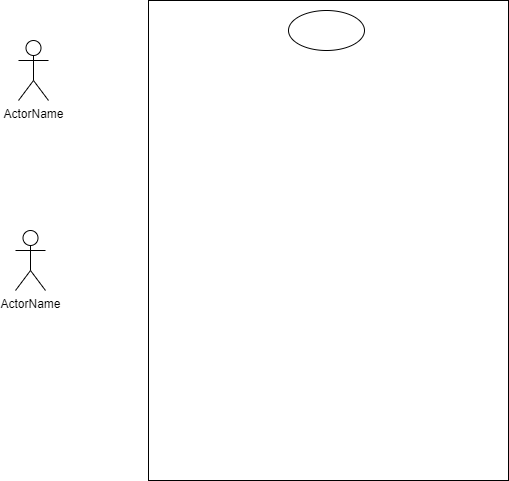
Above: use_case.drawio.png in Jayrou12345/Flowchart (draw.io), before the change. Source tidied: cells renumbered, new cells last; positions are measured from the earlier drawing's top-left corner, leaving out a move shared by most shapes.
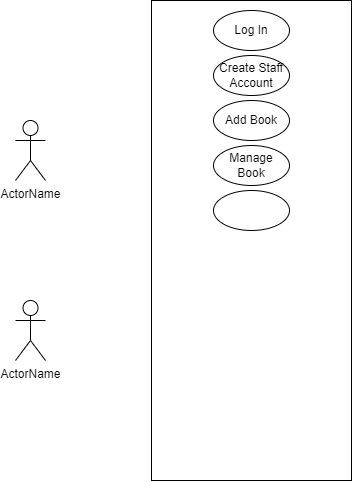
After the change.

The edit, as a diff of the source:
```diff
@@ -3,16 +3,28 @@
     <mxCell id="0" />
     <mxCell id="1" parent="0" />
     <mxCell id="2" style="rounded=0;whiteSpace=wrap;html=1;" parent="1" vertex="1">
-      <mxGeometry x="133" width="360" height="480" as="geometry" />
+      <mxGeometry x="213" width="200" height="480" as="geometry" />
     </mxCell>
-    <mxCell id="3" style="ellipse;whiteSpace=wrap;html=1;" parent="1" vertex="1">
-      <mxGeometry x="273" y="10" width="76" height="40" as="geometry" />
+    <mxCell id="3" value="Log In" style="ellipse;whiteSpace=wrap;html=1;" parent="1" vertex="1">
+      <mxGeometry x="275" y="10" width="76" height="40" as="geometry" />
     </mxCell>
     <mxCell id="4" value="ActorName" style="shape=umlActor;html=1;verticalLabelPosition=bottom;verticalAlign=top;align=center;" parent="1" vertex="1">
-      <mxGeometry x="3" y="40" width="30" height="60" as="geometry" />
+      <mxGeometry x="77" y="120" width="30" height="60" as="geometry" />
     </mxCell>
     <mxCell id="5" value="ActorName" style="shape=umlActor;html=1;verticalLabelPosition=bottom;verticalAlign=top;align=center;" parent="1" vertex="1">
-      <mxGeometry y="230" width="30" height="60" as="geometry" />
+      <mxGeometry x="77" y="300" width="30" height="60" as="geometry" />
     </mxCell>
+    <mxCell id="6" value="Create Staff Account" style="ellipse;whiteSpace=wrap;html=1;" parent="1" vertex="1">
+      <mxGeometry x="275" y="55" width="76" height="40" as="geometry" />
+    </mxCell>
+    <mxCell id="7" value="Add Book" style="ellipse;whiteSpace=wrap;html=1;" parent="1" vertex="1">
+      <mxGeometry x="275" y="100" width="76" height="40" as="geometry" />
+    </mxCell>
+    <mxCell id="8" value="Manage Book" style="ellipse;whiteSpace=wrap;html=1;" parent="1" vertex="1">
+      <mxGeometry x="275" y="145" width="76" height="40" as="geometry" />
+    </mxCell>
+    <mxCell id="9" style="ellipse;whiteSpace=wrap;html=1;" parent="1" vertex="1">
+      <mxGeometry x="275" y="190" width="76" height="40" as="geometry" />
+    </mxCell>
   </root>
 </mxGraphModel>
```
